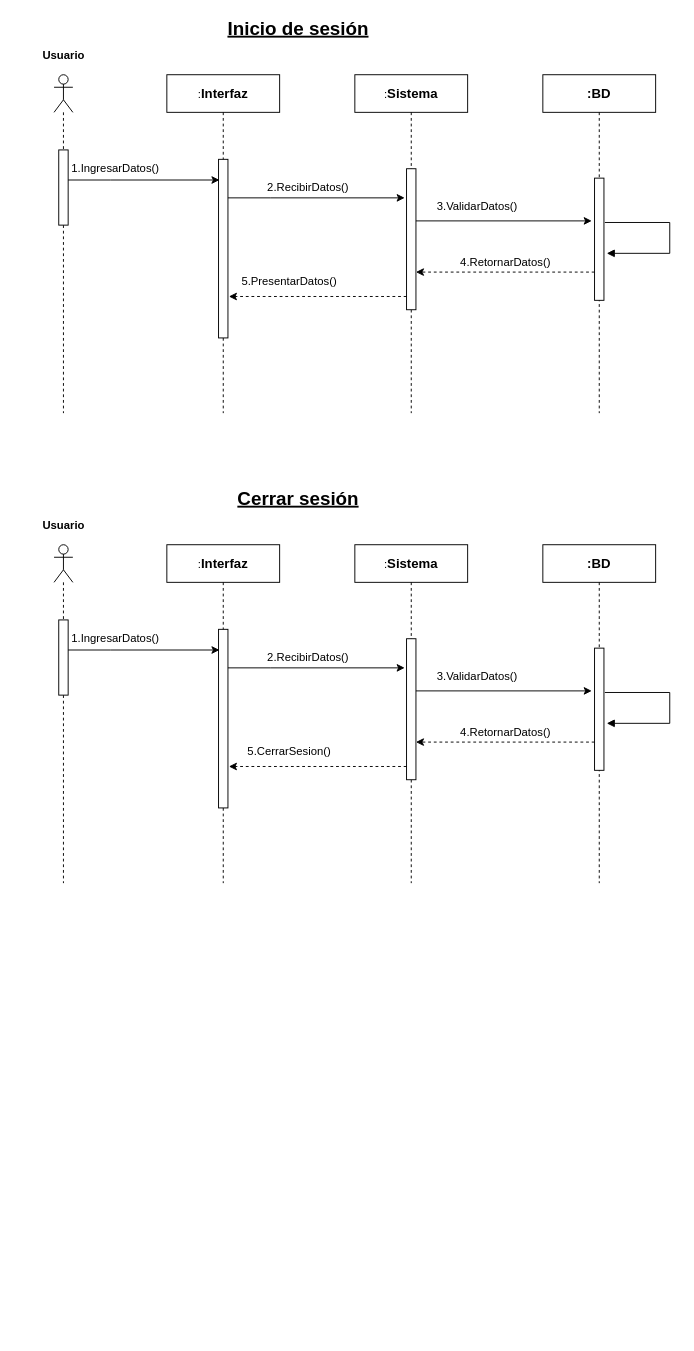
Above: Unidad_2/C1.4_UML_Secuencia.drawio in GustavoValadez/An-lisis-Avanzado-Software (draw.io), before the change. Source tidied: cells renumbered, new cells numbered last; positions are measured from the earlier drawing's top-left corner, leaving out a move shared by most shapes. Both pictures are drawn from the tidied source at 94%, with x=0, y=0 at pixel (35, 18).
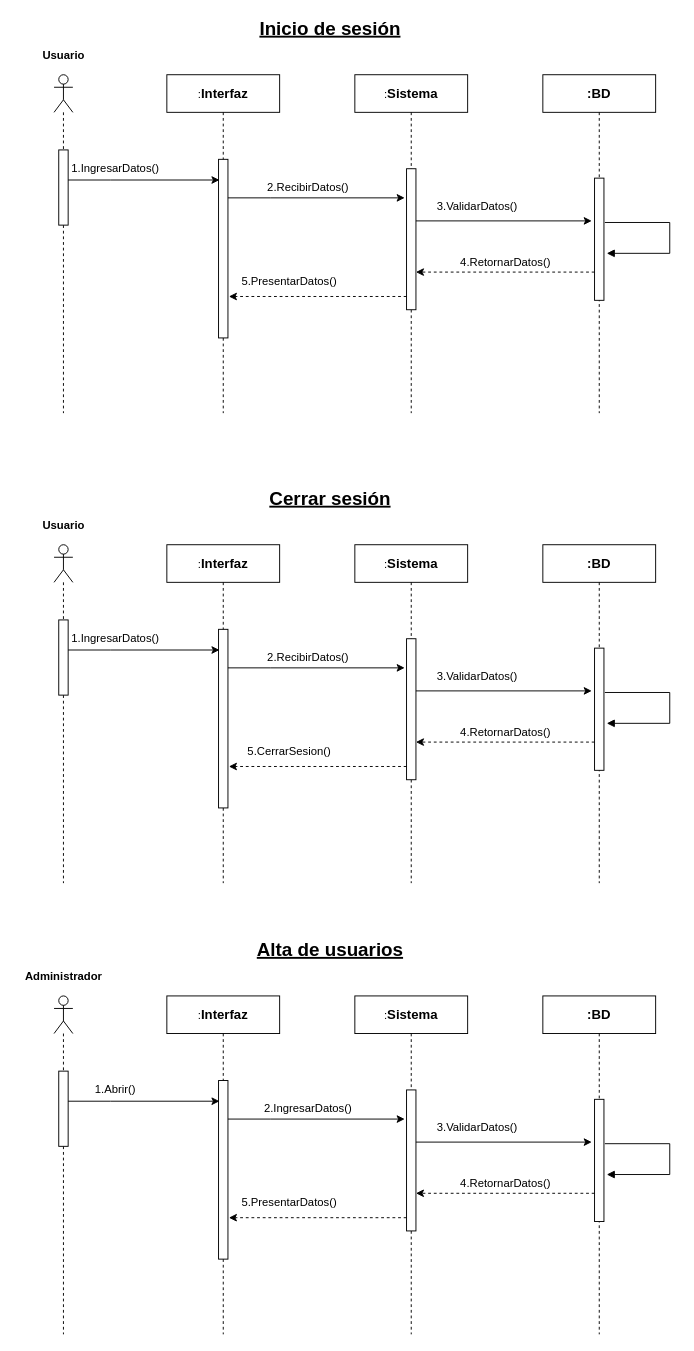
Above is the later version.

Diff of the diagram source:
```diff
@@
     <mxCell id="2" value="&lt;b&gt;&lt;font style=&quot;font-size: 20px&quot;&gt;&lt;u&gt;Inicio de sesión&lt;/u&gt;&lt;/font&gt;&lt;/b&gt;" style="text;html=1;strokeColor=none;fillColor=none;align=center;verticalAlign=middle;whiteSpace=wrap;rounded=0;" parent="1" vertex="1">
-      <mxGeometry x="180" width="200" height="20" as="geometry" />
+      <mxGeometry x="214" width="200" height="20" as="geometry" />
     </mxCell>
@@
     <mxCell id="23" value="&lt;b&gt;&lt;font style=&quot;font-size: 20px&quot;&gt;&lt;u&gt;Cerrar sesión&lt;/u&gt;&lt;/font&gt;&lt;/b&gt;" style="text;html=1;strokeColor=none;fillColor=none;align=center;verticalAlign=middle;whiteSpace=wrap;rounded=0;" parent="1" vertex="1">
-      <mxGeometry x="180" y="500" width="200" height="20" as="geometry" />
+      <mxGeometry x="214" y="500" width="200" height="20" as="geometry" />
     </mxCell>
@@
+    <mxCell id="44" value="&lt;b&gt;&lt;font style=&quot;font-size: 20px&quot;&gt;&lt;u&gt;Alta de usuarios&lt;/u&gt;&lt;/font&gt;&lt;/b&gt;" style="text;html=1;strokeColor=none;fillColor=none;align=center;verticalAlign=middle;whiteSpace=wrap;rounded=0;" parent="1" vertex="1">
+      <mxGeometry x="214" y="980" width="200" height="20" as="geometry" />
+    </mxCell>
+    <mxCell id="45" style="shape=umlLifeline;participant=umlActor;perimeter=lifelinePerimeter;whiteSpace=wrap;html=1;verticalAlign=top;spacingTop=36;" parent="1" vertex="1">
+      <mxGeometry x="20" y="1040" width="20" height="360" as="geometry" />
+    </mxCell>
+    <mxCell id="46" style="html=1;points=[];perimeter=orthogonalPerimeter;" parent="45" vertex="1">
+      <mxGeometry x="5" y="80" width="10" height="80" as="geometry" />
+    </mxCell>
+    <mxCell id="47" value=":&lt;b&gt;&lt;font style=&quot;font-size: 14px&quot;&gt;Interfaz&lt;/font&gt;&lt;/b&gt;" style="shape=umlLifeline;perimeter=lifelinePerimeter;whiteSpace=wrap;html=1;" parent="1" vertex="1">
+      <mxGeometry x="140" y="1040" width="120" height="360" as="geometry" />
+    </mxCell>
+    <mxCell id="48" style="html=1;points=[];perimeter=orthogonalPerimeter;" parent="47" vertex="1">
+      <mxGeometry x="55" y="90" width="10" height="190" as="geometry" />
+    </mxCell>
+    <mxCell id="49" value="&lt;b&gt;&lt;font style=&quot;font-size: 14px&quot;&gt;:BD&lt;/font&gt;&lt;/b&gt;" style="shape=umlLifeline;perimeter=lifelinePerimeter;whiteSpace=wrap;html=1;" parent="1" vertex="1">
+      <mxGeometry x="540" y="1040" width="120" height="360" as="geometry" />
+    </mxCell>
+    <mxCell id="50" style="html=1;points=[];perimeter=orthogonalPerimeter;" parent="49" vertex="1">
+      <mxGeometry x="55" y="110" width="10" height="130" as="geometry" />
+    </mxCell>
+    <mxCell id="51" style="edgeStyle=orthogonalEdgeStyle;html=1;align=left;spacingLeft=2;endArrow=block;rounded=0;exitX=1.1;exitY=0.363;exitDx=0;exitDy=0;exitPerimeter=0;" parent="49" edge="1" source="50">
+      <mxGeometry relative="1" as="geometry">
+        <mxPoint x="68" y="190" as="targetPoint" />
+        <Array as="points">
+          <mxPoint x="135" y="157" />
+          <mxPoint x="135" y="190" />
+          <mxPoint x="68" y="190" />
+        </Array>
+      </mxGeometry>
+    </mxCell>
+    <mxCell id="52" value=":&lt;font style=&quot;font-size: 14px&quot;&gt;&lt;b&gt;Sistema&lt;/b&gt;&lt;/font&gt;" style="shape=umlLifeline;perimeter=lifelinePerimeter;whiteSpace=wrap;html=1;" parent="1" vertex="1">
+      <mxGeometry x="340" y="1040" width="120" height="360" as="geometry" />
+    </mxCell>
+    <mxCell id="53" style="html=1;points=[];perimeter=orthogonalPerimeter;" parent="52" vertex="1">
+      <mxGeometry x="55" y="100" width="10" height="150" as="geometry" />
+    </mxCell>
+    <mxCell id="54" value="1.Abrir()" style="text;html=1;align=center;verticalAlign=middle;" parent="1" vertex="1">
+      <mxGeometry x="55" y="1130" width="60" height="20" as="geometry" />
+    </mxCell>
+    <mxCell id="55" style="edgeStyle=orthogonalEdgeStyle;rounded=0;jettySize=auto;html=1;" parent="1" edge="1" source="46">
+      <mxGeometry relative="1" as="geometry">
+        <mxPoint x="196" y="1152" as="targetPoint" />
+        <Array as="points">
+          <mxPoint x="80" y="1152" />
+          <mxPoint x="80" y="1152" />
+        </Array>
+      </mxGeometry>
+    </mxCell>
+    <mxCell id="56" style="edgeStyle=orthogonalEdgeStyle;rounded=0;jettySize=auto;html=1;" parent="1" edge="1" source="48">
+      <mxGeometry relative="1" as="geometry">
+        <mxPoint x="393" y="1171" as="targetPoint" />
+        <Array as="points">
+          <mxPoint x="250" y="1171" />
+          <mxPoint x="250" y="1171" />
+        </Array>
+      </mxGeometry>
+    </mxCell>
+    <mxCell id="57" value="2.IngresarDatos()" style="text;html=1;align=center;verticalAlign=middle;" parent="1" vertex="1">
+      <mxGeometry x="235" y="1150" width="110" height="20" as="geometry" />
+    </mxCell>
+    <mxCell id="58" style="rounded=0;jettySize=auto;html=1;entryX=-0.3;entryY=0.35;entryDx=0;entryDy=0;entryPerimeter=0;" parent="1" edge="1" source="53" target="50">
+      <mxGeometry relative="1" as="geometry" />
+    </mxCell>
+    <mxCell id="59" value="3.ValidarDatos()" style="text;html=1;align=center;verticalAlign=middle;" parent="1" vertex="1">
+      <mxGeometry x="420" y="1170" width="100" height="20" as="geometry" />
+    </mxCell>
+    <mxCell id="60" style="edgeStyle=none;rounded=0;jettySize=auto;html=1;entryX=1;entryY=0.733;entryDx=0;entryDy=0;entryPerimeter=0;dashed=1;" parent="1" edge="1" source="50" target="53">
+      <mxGeometry relative="1" as="geometry" />
+    </mxCell>
+    <mxCell id="61" value="4.RetornarDatos()" style="text;html=1;align=center;verticalAlign=middle;" parent="1" vertex="1">
+      <mxGeometry x="445" y="1230" width="110" height="20" as="geometry" />
+    </mxCell>
+    <mxCell id="62" style="edgeStyle=none;rounded=0;jettySize=auto;html=1;entryX=1.1;entryY=0.768;entryDx=0;entryDy=0;entryPerimeter=0;dashed=1;" parent="1" edge="1" source="53" target="48">
+      <mxGeometry relative="1" as="geometry" />
+    </mxCell>
+    <mxCell id="63" value="5.PresentarDatos()" style="text;html=1;align=center;verticalAlign=middle;" parent="1" vertex="1">
+      <mxGeometry x="210" y="1250" width="120" height="20" as="geometry" />
+    </mxCell>
+    <mxCell id="64" value="&lt;b&gt;Administrador&lt;/b&gt;" style="text;html=1;align=center;verticalAlign=middle;" parent="1" vertex="1">
+      <mxGeometry x="-20" y="1010" width="100" height="20" as="geometry" />
+    </mxCell>
```
